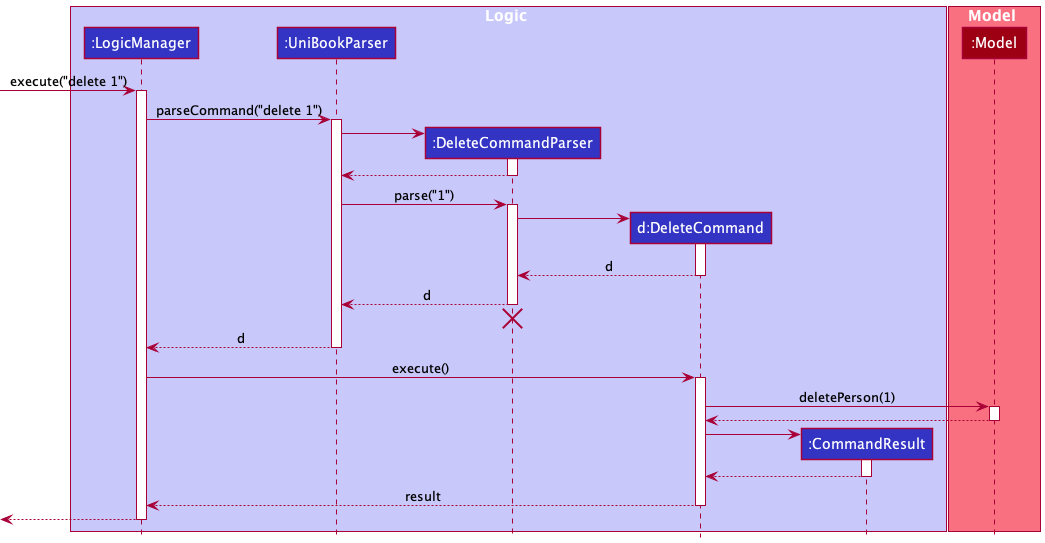
Above: docs/images/DeleteSequenceDiagram.png in nus-cs2103-AY2122S2/tp (PlantUML), before the change.
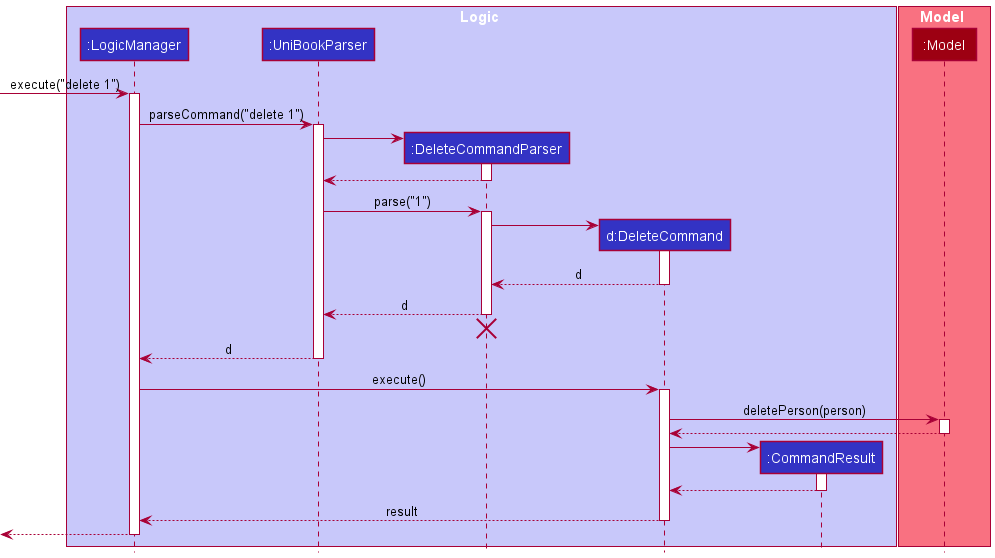
After the change.

The edit, as a diff of the source:
```diff
@@ -47,7 +47,7 @@
 LogicManager -> DeleteCommand : execute()
 activate DeleteCommand
 
-DeleteCommand -> Model : deletePerson(1)
+DeleteCommand -> Model : deletePerson(person)
 activate Model
 
 Model --> DeleteCommand
```
